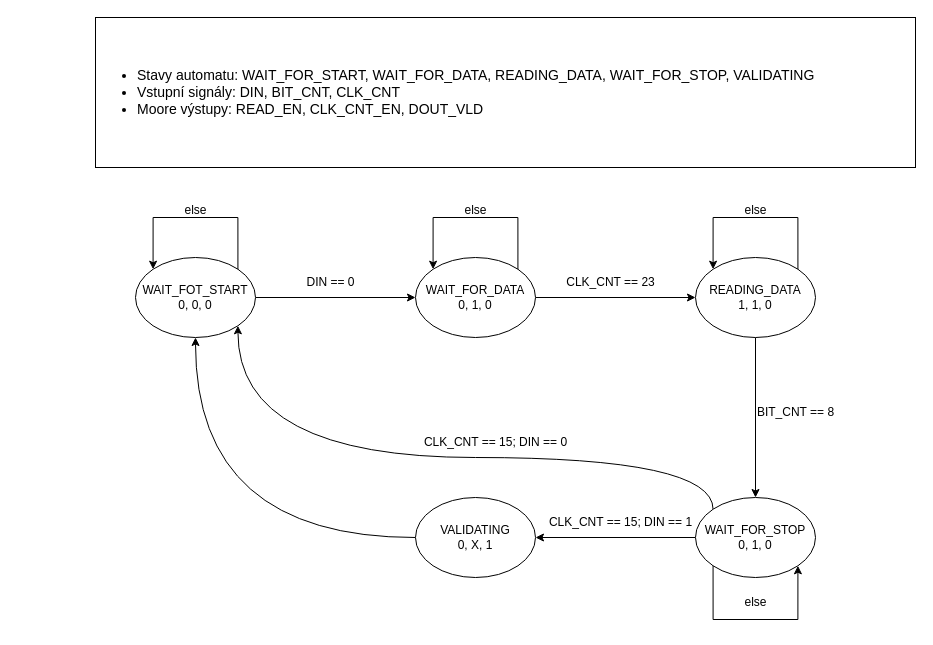
ArturSultanov/inc_project keeps this draw.io diagram as INC_FSM.drawio. Above is the earlier version. Source tidied: cells renumbered, new cells numbered last; positions are measured from the earlier drawing's top-left corner, leaving out a move shared by most shapes. Both pictures are drawn from the tidied source at 100%, with x=0, y=0 at pixel (95, 17).
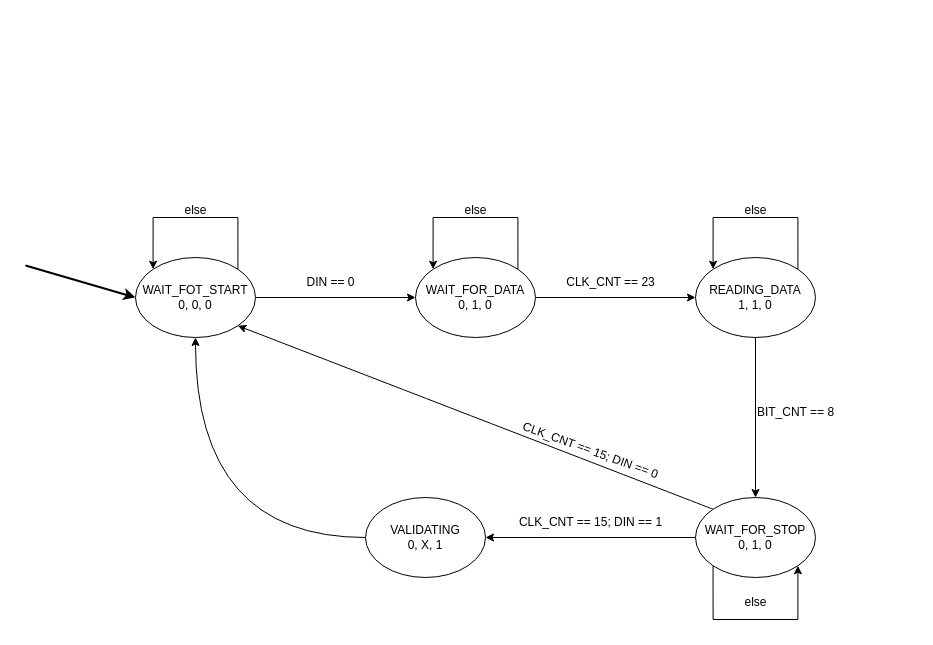
Above is the later version.

Unchanged cells that the change refers to:
```xml
<mxCell id="4" value="WAIT_FOT_START&lt;br&gt;0, 0, 0" style="ellipse;whiteSpace=wrap;html=1;" parent="1" vertex="1">
  <mxGeometry x="40" y="240" width="120" height="80" as="geometry" />
</mxCell>
<mxCell id="7" value="WAIT_FOR_STOP&lt;br&gt;0, 1, 0" style="ellipse;whiteSpace=wrap;html=1;" parent="1" vertex="1">
  <mxGeometry x="600" y="480" width="120" height="80" as="geometry" />
</mxCell>
```

What changed in the source:
```diff
@@
-    <mxCell id="2" value="&lt;div style=&quot;&quot; title=&quot;Page 2&quot; class=&quot;page&quot;&gt;&lt;div class=&quot;layoutArea&quot;&gt;&lt;div style=&quot;font-size: 14px;&quot; class=&quot;column&quot;&gt;&lt;p&gt;&lt;/p&gt;&lt;ul&gt;&lt;li&gt;&lt;font style=&quot;font-size: 14px;&quot;&gt;&lt;span style=&quot;font-family: CMR10;&quot;&gt;Stavy automatu: WAIT_FOR_START, WAIT_FOR_DATA, READING_DATA, WAIT_FOR_STOP, VALIDATING &amp;nbsp;&lt;/span&gt;&lt;br&gt;&lt;/font&gt;&lt;/li&gt;&lt;li&gt;&lt;font style=&quot;font-size: 14px;&quot;&gt;&lt;span style=&quot;font-family: CMR10;&quot;&gt;Vstupní signály: DIN, BIT_CNT, CLK_CNT&lt;/span&gt;&lt;br&gt;&lt;/font&gt;&lt;/li&gt;&lt;li&gt;&lt;span style=&quot;font-family: CMR10;&quot;&gt;&lt;font style=&quot;font-size: 14px;&quot;&gt;Moore výstupy: READ_EN, CLK_CNT_EN, DOUT_VLD&lt;/font&gt;&lt;/span&gt;&lt;br&gt;&lt;/li&gt;&lt;/ul&gt;&lt;p&gt;&lt;/p&gt;&lt;/div&gt;&lt;/div&gt;&lt;/div&gt;" style="rounded=0;whiteSpace=wrap;html=1;align=left;" parent="1" vertex="1">
-      <mxGeometry width="820" height="150" as="geometry" />
-    </mxCell>
@@
+    <mxCell id="27" style="jettySize=auto;html=1;exitX=0;exitY=0.5;exitDx=0;exitDy=0;endArrow=none;endFill=0;startArrow=classic;startFill=1;strokeWidth=2;" parent="1" edge="1" source="4">
+      <mxGeometry relative="1" as="geometry">
+        <mxPoint x="-70" y="248" as="targetPoint" />
+      </mxGeometry>
+    </mxCell>
@@
-    <mxCell id="6" style="edgeStyle=orthogonalEdgeStyle;rounded=0;jettySize=auto;html=1;exitX=0;exitY=0;exitDx=0;exitDy=0;entryX=1;entryY=1;entryDx=0;entryDy=0;curved=1;" parent="1" edge="1" source="7" target="4">
-      <mxGeometry relative="1" as="geometry">
-        <Array as="points">
-          <mxPoint x="618" y="440" />
-          <mxPoint x="142" y="440" />
-        </Array>
-      </mxGeometry>
+    <mxCell id="6" style="jettySize=auto;html=1;exitX=0;exitY=0;exitDx=0;exitDy=0;entryX=1;entryY=1;entryDx=0;entryDy=0;curved=1;" parent="1" edge="1" source="7" target="4">
+      <mxGeometry relative="1" as="geometry" />
     </mxCell>
@@
     <mxCell id="9" value="VALIDATING&lt;br&gt;0, X, 1" style="ellipse;whiteSpace=wrap;html=1;" parent="1" vertex="1">
-      <mxGeometry x="320" y="480" width="120" height="80" as="geometry" />
+      <mxGeometry x="270" y="480" width="120" height="80" as="geometry" />
     </mxCell>
@@
     <mxCell id="25" value="CLK_CNT == 15; DIN == 1" style="text;html=1;align=center;verticalAlign=middle;strokeColor=none;fillColor=none;" parent="1" vertex="1">
-      <mxGeometry x="440" y="490" width="170" height="30" as="geometry" />
+      <mxGeometry x="410" y="490" width="170" height="30" as="geometry" />
     </mxCell>
-    <mxCell id="26" value="CLK_CNT == 15; DIN == 0" style="text;html=1;align=center;verticalAlign=middle;strokeColor=none;fillColor=none;" parent="1" vertex="1">
-      <mxGeometry x="315" y="410" width="170" height="30" as="geometry" />
+    <mxCell id="26" value="CLK_CNT == 15; DIN == 0" style="text;html=1;align=center;verticalAlign=middle;strokeColor=none;fillColor=none;rotation=20;" parent="1" vertex="1">
+      <mxGeometry x="410" y="418" width="170" height="30" as="geometry" />
     </mxCell>
```
